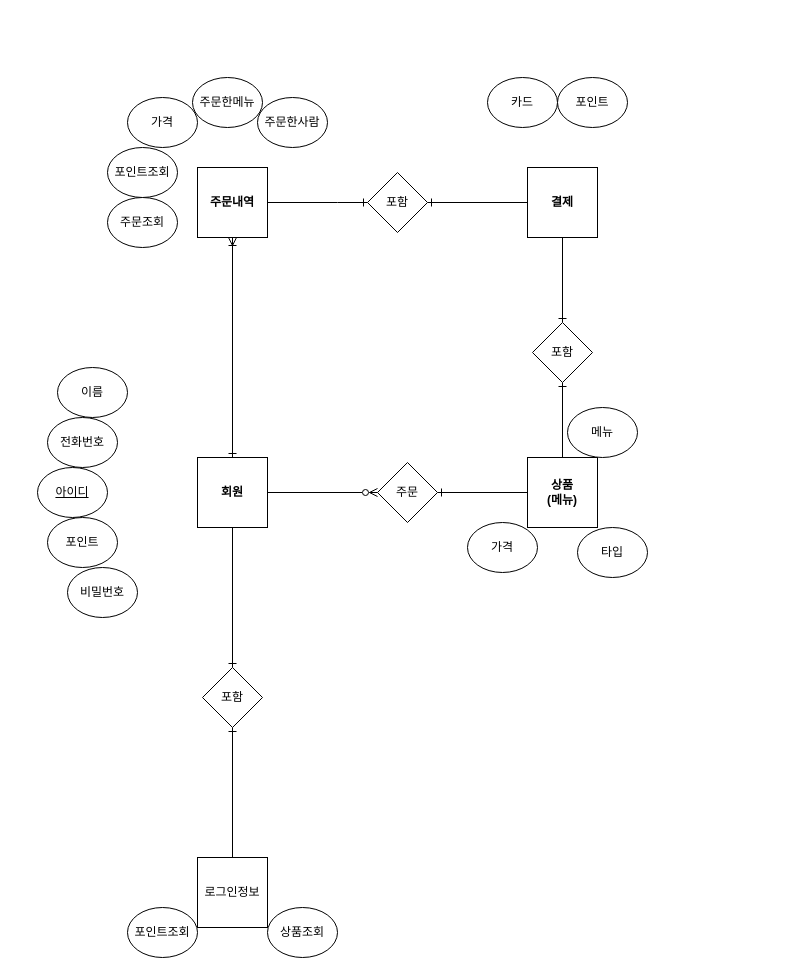
Above: masterdraw.io.drawio in PudingJelly/CafeApp (draw.io), before the change. Source tidied: cells renumbered, new cells numbered last; positions are measured from the earlier drawing's top-left corner, leaving out a move shared by most shapes. Both pictures are drawn from the tidied source at 100%, with x=0, y=0 at pixel (37, 77).
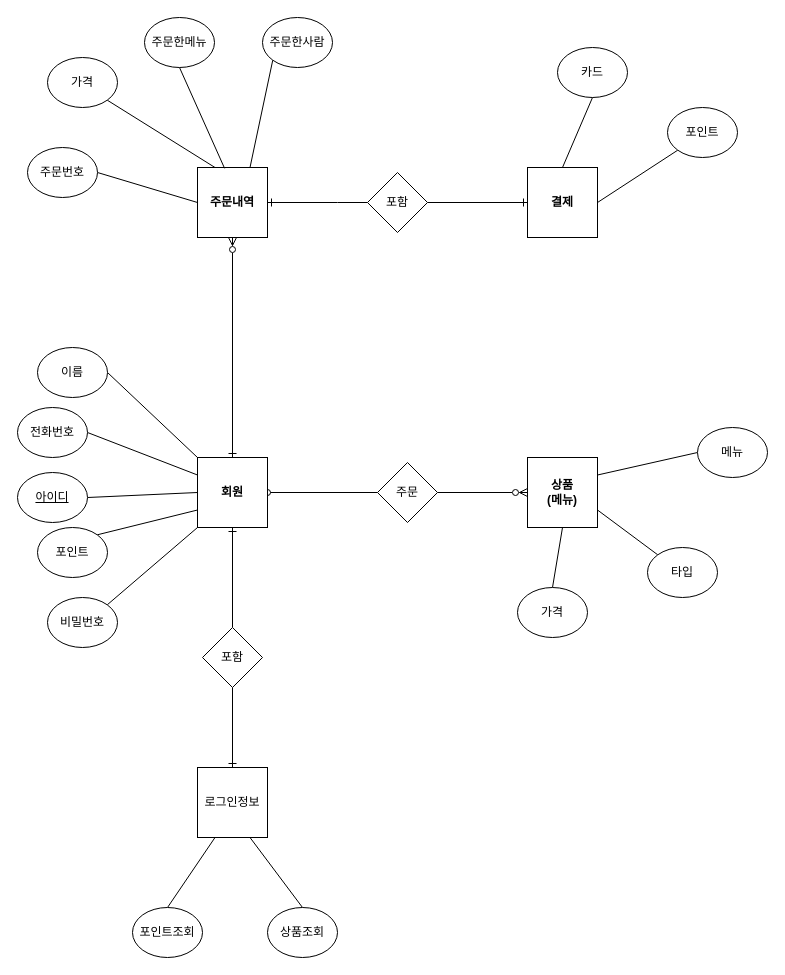
After the change.

Unchanged cells that the change refers to:
```xml
<mxCell id="3" value="&lt;b&gt;회원&lt;/b&gt;" style="whiteSpace=wrap;html=1;" parent="1" vertex="1">
  <mxGeometry x="160" y="380" width="70" height="70" as="geometry" />
</mxCell>
<mxCell id="6" value="&lt;b&gt;주문내역&lt;/b&gt;" style="whiteSpace=wrap;html=1;" parent="1" vertex="1">
  <mxGeometry x="160" y="90" width="70" height="70" as="geometry" />
</mxCell>
<mxCell id="19" value="주문" style="rhombus;whiteSpace=wrap;html=1;" parent="1" vertex="1">
  <mxGeometry x="340" y="385" width="60" height="60" as="geometry" />
</mxCell>
<mxCell id="21" value="상품조회" style="ellipse;whiteSpace=wrap;html=1;" parent="1" vertex="1">
  <mxGeometry x="230" y="830" width="70" height="50" as="geometry" />
</mxCell>
<mxCell id="24" value="&lt;b&gt;결제&lt;/b&gt;" style="whiteSpace=wrap;html=1;" parent="1" vertex="1">
  <mxGeometry x="490" y="90" width="70" height="70" as="geometry" />
</mxCell>
<mxCell id="27" value="&lt;b&gt;상품&lt;br&gt;(메뉴)&lt;/b&gt;" style="whiteSpace=wrap;html=1;" parent="1" vertex="1">
  <mxGeometry x="490" y="380" width="70" height="70" as="geometry" />
</mxCell>
<mxCell id="34" value="포함" style="rhombus;whiteSpace=wrap;html=1;" parent="1" vertex="1">
  <mxGeometry x="330" y="95" width="60" height="60" as="geometry" />
</mxCell>
```

Diff of the diagram source:
```diff
@@
-    <mxCell id="2" style="rounded=0;jettySize=auto;html=1;exitX=1;exitY=0.5;exitDx=0;exitDy=0;entryX=0;entryY=0.5;entryDx=0;entryDy=0;endArrow=ERzeroToMany;endFill=0;startArrow=none;startFill=0;" parent="1" edge="1" source="3" target="19">
+    <mxCell id="2" style="rounded=0;jettySize=auto;html=1;exitX=1;exitY=0.5;exitDx=0;exitDy=0;entryX=0;entryY=0.5;entryDx=0;entryDy=0;endArrow=none;endFill=0;startArrow=oval;startFill=0;" parent="1" edge="1" source="3" target="19">
       <mxGeometry relative="1" as="geometry" />
     </mxCell>
@@
-    <mxCell id="4" style="rounded=0;jettySize=auto;html=1;exitX=0.5;exitY=1;exitDx=0;exitDy=0;entryX=0.5;entryY=0;entryDx=0;entryDy=0;endArrow=ERone;endFill=0;startArrow=ERoneToMany;startFill=0;" parent="1" edge="1" source="6" target="3">
+    <mxCell id="4" style="rounded=0;jettySize=auto;html=1;exitX=0.5;exitY=1;exitDx=0;exitDy=0;entryX=0.5;entryY=0;entryDx=0;entryDy=0;endArrow=ERone;endFill=0;startArrow=ERzeroToMany;startFill=0;" parent="1" edge="1" source="6" target="3">
       <mxGeometry relative="1" as="geometry" />
     </mxCell>
-    <mxCell id="5" style="rounded=0;jettySize=auto;html=1;exitX=1;exitY=0.5;exitDx=0;exitDy=0;entryX=0;entryY=0.5;entryDx=0;entryDy=0;endArrow=ERone;endFill=0;startArrow=none;startFill=0;" parent="1" edge="1" source="6" target="34">
+    <mxCell id="5" style="rounded=0;jettySize=auto;html=1;exitX=1;exitY=0.5;exitDx=0;exitDy=0;entryX=0;entryY=0.5;entryDx=0;entryDy=0;endArrow=none;endFill=0;startArrow=ERone;startFill=0;" parent="1" edge="1" source="6" target="34">
       <mxGeometry relative="1" as="geometry">
         <Array as="points">
           <mxPoint x="300" y="125" />
         </Array>
       </mxGeometry>
     </mxCell>
@@
+    <mxCell id="37" style="rounded=0;jettySize=auto;html=1;exitX=1;exitY=0.5;exitDx=0;exitDy=0;entryX=0;entryY=0.5;entryDx=0;entryDy=0;endArrow=none;endFill=0;" parent="1" edge="1" source="7" target="3">
+      <mxGeometry relative="1" as="geometry" />
+    </mxCell>
     <mxCell id="7" value="아이디" style="ellipse;whiteSpace=wrap;html=1;fontStyle=4;" parent="1" vertex="1">
-      <mxGeometry y="390" width="70" height="50" as="geometry" />
+      <mxGeometry x="-20" y="395" width="70" height="50" as="geometry" />
     </mxCell>
+    <mxCell id="38" style="rounded=0;jettySize=auto;html=1;exitX=1;exitY=0.5;exitDx=0;exitDy=0;entryX=0;entryY=0;entryDx=0;entryDy=0;endArrow=none;endFill=0;" parent="1" edge="1" source="8" target="3">
+      <mxGeometry relative="1" as="geometry" />
+    </mxCell>
     <mxCell id="8" value="이름" style="ellipse;whiteSpace=wrap;html=1;" parent="1" vertex="1">
-      <mxGeometry x="20" y="290" width="70" height="50" as="geometry" />
+      <mxGeometry y="270" width="70" height="50" as="geometry" />
     </mxCell>
+    <mxCell id="39" style="rounded=0;jettySize=auto;html=1;exitX=1;exitY=0.5;exitDx=0;exitDy=0;entryX=0;entryY=0.25;entryDx=0;entryDy=0;endArrow=none;endFill=0;" parent="1" edge="1" source="9" target="3">
+      <mxGeometry relative="1" as="geometry" />
+    </mxCell>
     <mxCell id="9" value="전화번호" style="ellipse;whiteSpace=wrap;html=1;" parent="1" vertex="1">
-      <mxGeometry x="10" y="340" width="70" height="50" as="geometry" />
+      <mxGeometry x="-20" y="330" width="70" height="50" as="geometry" />
     </mxCell>
+    <mxCell id="40" style="rounded=0;jettySize=auto;html=1;exitX=1;exitY=0;exitDx=0;exitDy=0;entryX=0;entryY=0.75;entryDx=0;entryDy=0;endArrow=none;endFill=0;" parent="1" edge="1" source="10" target="3">
+      <mxGeometry relative="1" as="geometry" />
+    </mxCell>
     <mxCell id="10" value="포인트" style="ellipse;whiteSpace=wrap;html=1;" parent="1" vertex="1">
-      <mxGeometry x="10" y="440" width="70" height="50" as="geometry" />
+      <mxGeometry y="450" width="70" height="50" as="geometry" />
     </mxCell>
+    <mxCell id="41" style="rounded=0;jettySize=auto;html=1;exitX=1;exitY=0;exitDx=0;exitDy=0;entryX=0;entryY=1;entryDx=0;entryDy=0;endArrow=none;endFill=0;" parent="1" edge="1" source="11" target="3">
+      <mxGeometry relative="1" as="geometry" />
+    </mxCell>
     <mxCell id="11" value="비밀번호" style="ellipse;whiteSpace=wrap;html=1;" parent="1" vertex="1">
-      <mxGeometry x="30" y="490" width="70" height="50" as="geometry" />
+      <mxGeometry x="10" y="520" width="70" height="50" as="geometry" />
     </mxCell>
+    <mxCell id="42" style="rounded=0;jettySize=auto;html=1;exitX=0.5;exitY=1;exitDx=0;exitDy=0;entryX=0.387;entryY=0.012;entryDx=0;entryDy=0;entryPerimeter=0;endArrow=none;endFill=0;" parent="1" edge="1" source="12" target="6">
+      <mxGeometry relative="1" as="geometry" />
+    </mxCell>
     <mxCell id="12" value="주문한메뉴" style="ellipse;whiteSpace=wrap;html=1;" parent="1" vertex="1">
-      <mxGeometry x="155" width="70" height="50" as="geometry" />
+      <mxGeometry x="107" y="-60" width="70" height="50" as="geometry" />
     </mxCell>
+    <mxCell id="43" style="rounded=0;jettySize=auto;html=1;exitX=0;exitY=1;exitDx=0;exitDy=0;entryX=0.75;entryY=0;entryDx=0;entryDy=0;endArrow=none;endFill=0;" parent="1" edge="1" source="13" target="6">
+      <mxGeometry relative="1" as="geometry" />
+    </mxCell>
     <mxCell id="13" value="주문한사람" style="ellipse;whiteSpace=wrap;html=1;" parent="1" vertex="1">
-      <mxGeometry x="220" y="20" width="70" height="50" as="geometry" />
+      <mxGeometry x="225" y="-60" width="70" height="50" as="geometry" />
     </mxCell>
+    <mxCell id="44" style="rounded=0;jettySize=auto;html=1;exitX=1;exitY=1;exitDx=0;exitDy=0;entryX=0.25;entryY=0;entryDx=0;entryDy=0;endArrow=none;endFill=0;" parent="1" edge="1" source="14" target="6">
+      <mxGeometry relative="1" as="geometry" />
+    </mxCell>
     <mxCell id="14" value="가격" style="ellipse;whiteSpace=wrap;html=1;" parent="1" vertex="1">
-      <mxGeometry x="90" y="20" width="70" height="50" as="geometry" />
+      <mxGeometry x="10" y="-20" width="70" height="50" as="geometry" />
     </mxCell>
-    <mxCell id="15" style="rounded=0;jettySize=auto;html=1;exitX=0.5;exitY=0;exitDx=0;exitDy=0;entryX=0.5;entryY=1;entryDx=0;entryDy=0;endArrow=none;endFill=0;startArrow=ERone;startFill=0;" parent="1" edge="1" source="17" target="3">
+    <mxCell id="15" style="rounded=0;jettySize=auto;html=1;exitX=0.5;exitY=0;exitDx=0;exitDy=0;entryX=0.5;entryY=1;entryDx=0;entryDy=0;endArrow=ERone;endFill=0;startArrow=none;startFill=0;" parent="1" edge="1" source="17" target="3">
       <mxGeometry relative="1" as="geometry" />
     </mxCell>
-    <mxCell id="16" style="rounded=0;jettySize=auto;html=1;exitX=0.5;exitY=1;exitDx=0;exitDy=0;entryX=0.5;entryY=0;entryDx=0;entryDy=0;endArrow=none;endFill=0;startArrow=ERone;startFill=0;" parent="1" edge="1" source="17" target="20">
+    <mxCell id="16" style="rounded=0;jettySize=auto;html=1;exitX=0.5;exitY=1;exitDx=0;exitDy=0;entryX=0.5;entryY=0;entryDx=0;entryDy=0;endArrow=ERone;endFill=0;startArrow=none;startFill=0;" parent="1" edge="1" source="17" target="20">
       <mxGeometry relative="1" as="geometry" />
     </mxCell>
     <mxCell id="17" value="포함" style="rhombus;whiteSpace=wrap;html=1;" parent="1" vertex="1">
-      <mxGeometry x="165" y="590" width="60" height="60" as="geometry" />
+      <mxGeometry x="165" y="550" width="60" height="60" as="geometry" />
     </mxCell>
-    <mxCell id="18" style="rounded=0;jettySize=auto;html=1;exitX=1;exitY=0.5;exitDx=0;exitDy=0;entryX=0;entryY=0.5;entryDx=0;entryDy=0;endArrow=none;endFill=0;startArrow=ERone;startFill=0;" parent="1" edge="1" source="19" target="27">
+    <mxCell id="18" style="rounded=0;jettySize=auto;html=1;exitX=1;exitY=0.5;exitDx=0;exitDy=0;entryX=0;entryY=0.5;entryDx=0;entryDy=0;endArrow=ERzeroToMany;endFill=0;startArrow=none;startFill=0;" parent="1" edge="1" source="19" target="27">
       <mxGeometry relative="1" as="geometry" />
     </mxCell>
@@
     <mxCell id="20" value="로그인정보" style="whiteSpace=wrap;html=1;" parent="1" vertex="1">
-      <mxGeometry x="160" y="780" width="70" height="70" as="geometry" />
+      <mxGeometry x="160" y="690" width="70" height="70" as="geometry" />
     </mxCell>
+    <mxCell id="45" style="rounded=0;jettySize=auto;html=1;exitX=0.5;exitY=0;exitDx=0;exitDy=0;entryX=0.75;entryY=1;entryDx=0;entryDy=0;endArrow=none;endFill=0;" parent="1" edge="1" source="21" target="20">
+      <mxGeometry relative="1" as="geometry" />
+    </mxCell>
@@
+    <mxCell id="46" style="rounded=0;jettySize=auto;html=1;exitX=0.5;exitY=0;exitDx=0;exitDy=0;entryX=0.25;entryY=1;entryDx=0;entryDy=0;endArrow=none;endFill=0;" parent="1" edge="1" source="22" target="20">
+      <mxGeometry relative="1" as="geometry" />
+    </mxCell>
     <mxCell id="22" value="포인트조회" style="ellipse;whiteSpace=wrap;html=1;" parent="1" vertex="1">
-      <mxGeometry x="90" y="830" width="70" height="50" as="geometry" />
+      <mxGeometry x="95" y="830" width="70" height="50" as="geometry" />
     </mxCell>
-    <mxCell id="23" style="rounded=0;jettySize=auto;html=1;exitX=0.5;exitY=1;exitDx=0;exitDy=0;entryX=0.5;entryY=0;entryDx=0;entryDy=0;endArrow=ERone;endFill=0;startArrow=none;startFill=0;" parent="1" edge="1" source="24" target="29">
-      <mxGeometry relative="1" as="geometry" />
-    </mxCell>
@@
+    <mxCell id="47" style="rounded=0;jettySize=auto;html=1;exitX=0.5;exitY=1;exitDx=0;exitDy=0;entryX=0.5;entryY=0;entryDx=0;entryDy=0;endArrow=none;endFill=0;" parent="1" edge="1" source="25" target="24">
+      <mxGeometry relative="1" as="geometry" />
+    </mxCell>
     <mxCell id="25" value="카드" style="ellipse;whiteSpace=wrap;html=1;" parent="1" vertex="1">
-      <mxGeometry x="450" width="70" height="50" as="geometry" />
+      <mxGeometry x="520" y="-30" width="70" height="50" as="geometry" />
     </mxCell>
+    <mxCell id="48" style="rounded=0;jettySize=auto;html=1;exitX=0;exitY=1;exitDx=0;exitDy=0;entryX=1;entryY=0.5;entryDx=0;entryDy=0;startArrow=none;startFill=0;endArrow=none;endFill=0;" parent="1" edge="1" source="26" target="24">
+      <mxGeometry relative="1" as="geometry" />
+    </mxCell>
     <mxCell id="26" value="포인트" style="ellipse;whiteSpace=wrap;html=1;" parent="1" vertex="1">
-      <mxGeometry x="520" width="70" height="50" as="geometry" />
+      <mxGeometry x="630" y="30" width="70" height="50" as="geometry" />
     </mxCell>
@@
-    <mxCell id="28" style="rounded=0;jettySize=auto;html=1;exitX=0.5;exitY=1;exitDx=0;exitDy=0;entryX=0.5;entryY=0;entryDx=0;entryDy=0;endArrow=none;endFill=0;startArrow=ERone;startFill=0;" parent="1" edge="1" source="29" target="27">
-      <mxGeometry relative="1" as="geometry" />
-    </mxCell>
-    <mxCell id="29" value="포함" style="rhombus;whiteSpace=wrap;html=1;" parent="1" vertex="1">
-      <mxGeometry x="495" y="245" width="60" height="60" as="geometry" />
-    </mxCell>
+    <mxCell id="49" style="rounded=0;jettySize=auto;html=1;exitX=0;exitY=0.5;exitDx=0;exitDy=0;entryX=1;entryY=0.25;entryDx=0;entryDy=0;endArrow=none;endFill=0;" parent="1" edge="1" source="30" target="27">
+      <mxGeometry relative="1" as="geometry" />
+    </mxCell>
     <mxCell id="30" value="메뉴" style="ellipse;whiteSpace=wrap;html=1;" parent="1" vertex="1">
-      <mxGeometry x="530" y="330" width="70" height="50" as="geometry" />
+      <mxGeometry x="660" y="350" width="70" height="50" as="geometry" />
     </mxCell>
+    <mxCell id="50" style="rounded=0;jettySize=auto;html=1;exitX=0.5;exitY=0;exitDx=0;exitDy=0;entryX=0.5;entryY=1;entryDx=0;entryDy=0;endArrow=none;endFill=0;" parent="1" edge="1" source="31" target="27">
+      <mxGeometry relative="1" as="geometry" />
+    </mxCell>
     <mxCell id="31" value="가격" style="ellipse;whiteSpace=wrap;html=1;" parent="1" vertex="1">
-      <mxGeometry x="430" y="445" width="70" height="50" as="geometry" />
+      <mxGeometry x="480" y="510" width="70" height="50" as="geometry" />
     </mxCell>
+    <mxCell id="51" style="rounded=0;jettySize=auto;html=1;exitX=0;exitY=0;exitDx=0;exitDy=0;entryX=1;entryY=0.75;entryDx=0;entryDy=0;endArrow=none;endFill=0;" parent="1" edge="1" source="32" target="27">
+      <mxGeometry relative="1" as="geometry" />
+    </mxCell>
     <mxCell id="32" value="타입" style="ellipse;whiteSpace=wrap;html=1;" parent="1" vertex="1">
-      <mxGeometry x="540" y="450" width="70" height="50" as="geometry" />
+      <mxGeometry x="610" y="470" width="70" height="50" as="geometry" />
     </mxCell>
-    <mxCell id="33" style="rounded=0;jettySize=auto;html=1;exitX=1;exitY=0.5;exitDx=0;exitDy=0;entryX=0;entryY=0.5;entryDx=0;entryDy=0;endArrow=none;endFill=0;startArrow=ERone;startFill=0;" parent="1" edge="1" source="34" target="24">
+    <mxCell id="33" style="rounded=0;jettySize=auto;html=1;exitX=1;exitY=0.5;exitDx=0;exitDy=0;entryX=0;entryY=0.5;entryDx=0;entryDy=0;endArrow=ERone;endFill=0;startArrow=none;startFill=0;" parent="1" edge="1" source="34" target="24">
       <mxGeometry relative="1" as="geometry" />
     </mxCell>
@@
-    <mxCell id="35" value="포인트조회" style="ellipse;whiteSpace=wrap;html=1;" parent="1" vertex="1">
-      <mxGeometry x="70" y="70" width="70" height="50" as="geometry" />
-    </mxCell>
+    <mxCell id="52" style="rounded=0;jettySize=auto;html=1;exitX=1;exitY=0.5;exitDx=0;exitDy=0;entryX=0;entryY=0.5;entryDx=0;entryDy=0;endArrow=none;endFill=0;" parent="1" edge="1" source="36" target="6">
+      <mxGeometry relative="1" as="geometry" />
+    </mxCell>
-    <mxCell id="36" value="주문조회" style="ellipse;whiteSpace=wrap;html=1;" parent="1" vertex="1">
-      <mxGeometry x="70" y="120" width="70" height="50" as="geometry" />
+    <mxCell id="36" value="주문번호" style="ellipse;whiteSpace=wrap;html=1;" parent="1" vertex="1">
+      <mxGeometry x="-10" y="70" width="70" height="50" as="geometry" />
     </mxCell>
```
